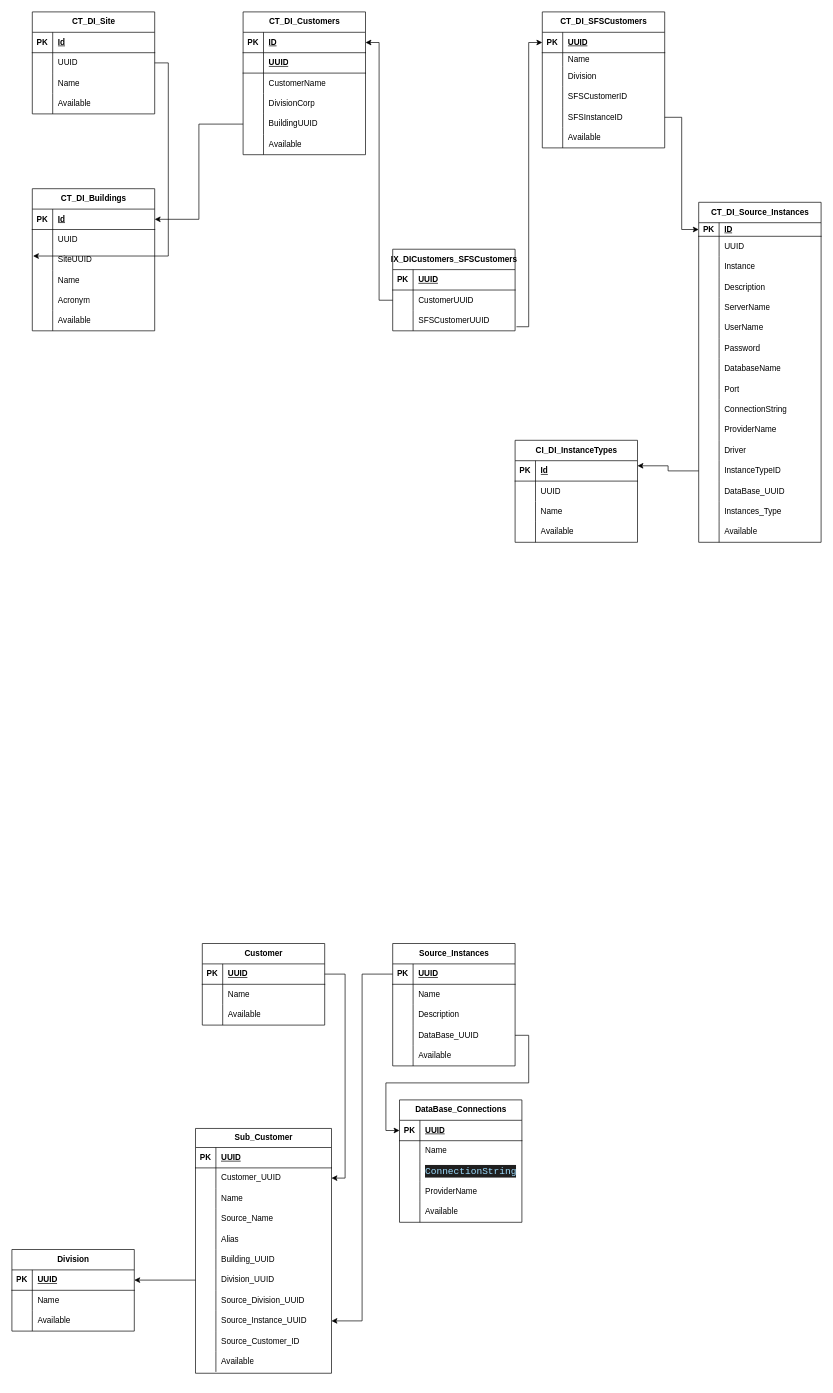
The draw.io diagram page "Complete Diagram DATAINTEGRITY" (2 of 15) of Untitled Diagram.drawio in byok22/backend, before the edit. Source tidied: cells renumbered, new cells numbered last; positions are measured from the earlier drawing's top-left corner, leaving out a move shared by most shapes. Both pictures are drawn from the tidied source at 68%, with x=0, y=0 at pixel (12, 12).
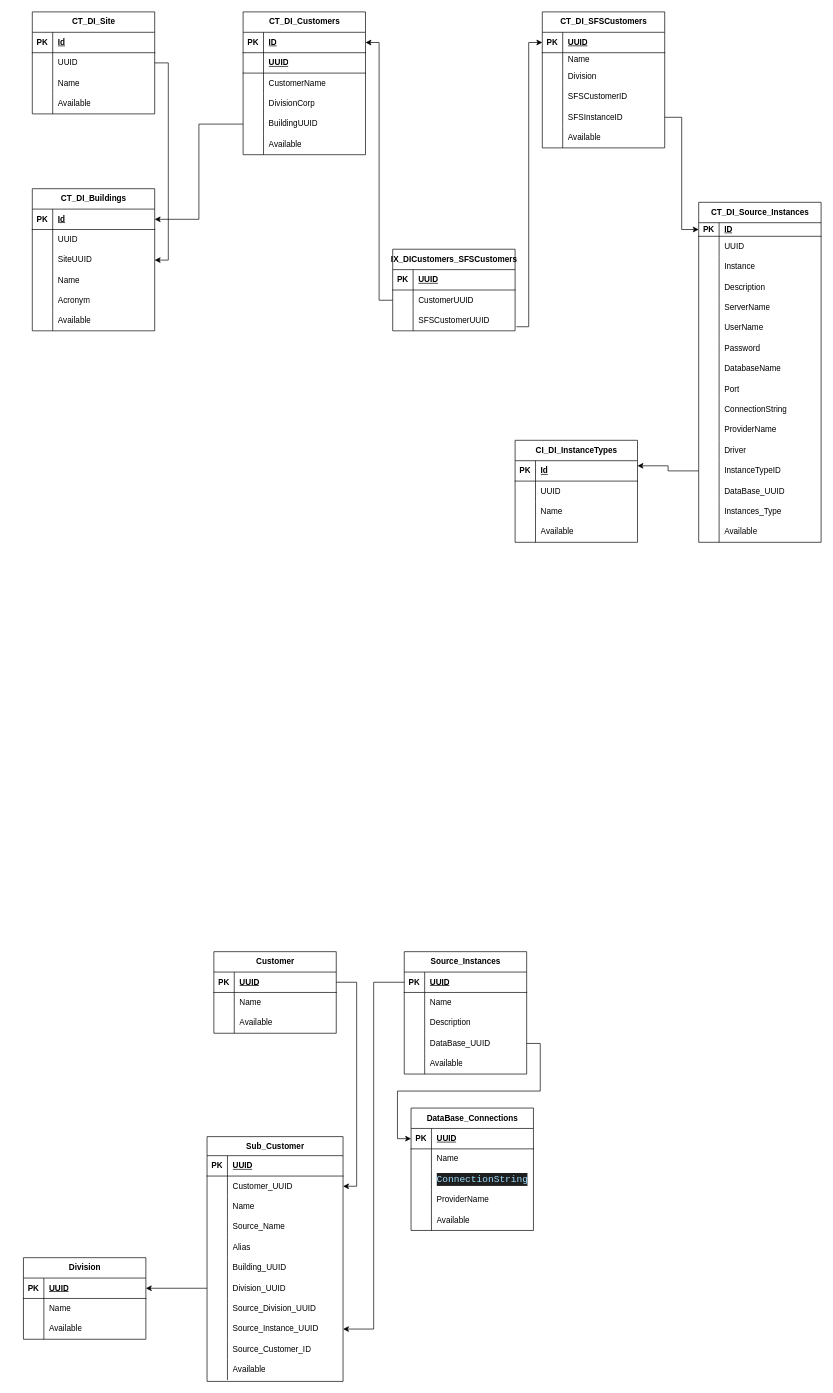
After the change.

Unchanged cells that the change refers to:
```xml
<mxCell id="9" style="shape=tableRow;horizontal=0;startSize=0;swimlaneHead=0;swimlaneBody=0;fillColor=none;points=[[0,0.5],[1,0.5]];portConstraint=eastwest;top=0;left=0;right=0;bottom=0;" parent="2" vertex="1">
  <mxGeometry y="90" width="180" height="30" as="geometry" />
</mxCell>
<mxCell id="44" style="shape=tableRow;horizontal=0;startSize=0;swimlaneHead=0;swimlaneBody=0;fillColor=none;points=[[0,0.5],[1,0.5]];portConstraint=eastwest;top=0;left=0;right=0;bottom=0;" parent="40" vertex="1">
  <mxGeometry y="60" width="180" height="30" as="geometry" />
</mxCell>
```

The edit, as a diff of the source:
```diff
@@
-    <mxCell id="53" style="edgeStyle=orthogonalEdgeStyle;rounded=0;jettySize=auto;html=1;entryX=0.006;entryY=0.3;entryDx=0;entryDy=0;entryPerimeter=0;exitX=1;exitY=0.5;exitDx=0;exitDy=0;" parent="1" edge="1" source="44" target="9">
+    <mxCell id="53" style="edgeStyle=orthogonalEdgeStyle;rounded=0;jettySize=auto;html=1;exitX=1;exitY=0.5;exitDx=0;exitDy=0;" parent="1" edge="1" source="44" target="9">
       <mxGeometry relative="1" as="geometry" />
     </mxCell>
@@
     <mxCell id="103" value="Sub_Customer" style="shape=table;startSize=28;childLayout=tableLayout;rowLines=0;fontStyle=1;align=center;html=1;fillColor=none;" parent="1" vertex="1">
-      <mxGeometry x="270" y="1642" width="200" height="360" as="geometry" />
+      <mxGeometry x="287" y="1654" width="200" height="360" as="geometry" />
     </mxCell>
@@
     <mxCell id="138" value="&lt;div&gt;Division&lt;/div&gt;" style="shape=table;startSize=30;childLayout=tableLayout;rowLines=0;fontStyle=1;align=center;html=1;" parent="1" vertex="1">
-      <mxGeometry y="1820" width="180" height="120" as="geometry" />
+      <mxGeometry x="17" y="1832" width="180" height="120" as="geometry" />
     </mxCell>
@@
     <mxCell id="149" value="Customer" style="shape=table;startSize=30;childLayout=tableLayout;rowLines=0;fontStyle=1;align=center;html=1;" parent="1" vertex="1">
-      <mxGeometry x="280" y="1370" width="180" height="120" as="geometry" />
+      <mxGeometry x="297" y="1382" width="180" height="120" as="geometry" />
     </mxCell>
@@
     <mxCell id="159" value="Source_Instances" style="shape=table;startSize=30;childLayout=tableLayout;rowLines=0;fontStyle=1;align=center;html=1;" parent="1" vertex="1">
-      <mxGeometry x="560" y="1370" width="180" height="180" as="geometry" />
+      <mxGeometry x="577" y="1382" width="180" height="180" as="geometry" />
     </mxCell>
@@
     <mxCell id="175" value="DataBase_Connections" style="shape=table;startSize=30;childLayout=tableLayout;rowLines=0;fontStyle=1;align=center;html=1;" parent="1" vertex="1">
-      <mxGeometry x="570" y="1600" width="180" height="180" as="geometry" />
+      <mxGeometry x="587" y="1612" width="180" height="180" as="geometry" />
     </mxCell>
```
